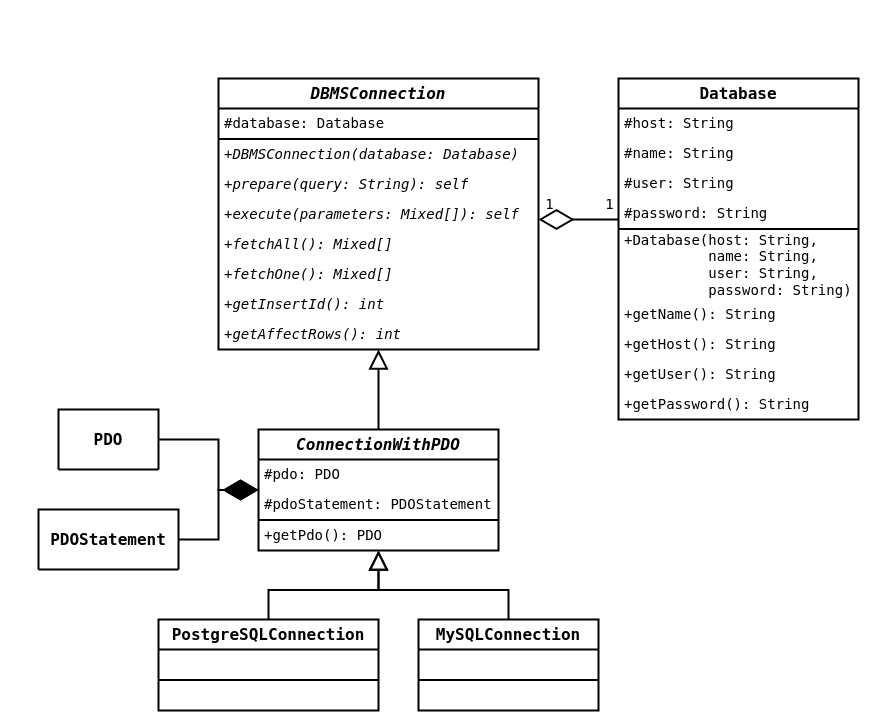
This is page "connections" (3 of 6) of docs/uml/PHPeacock.drawio from AntoineToPHPin/PHPeacock, a draw.io file, before an edit. Source tidied: cells renumbered, new cells numbered last; positions are measured from the earlier drawing's top-left corner, leaving out a move shared by most shapes. Both pictures are drawn from the tidied source at 100%, with x=0, y=0 at pixel (38, 78).
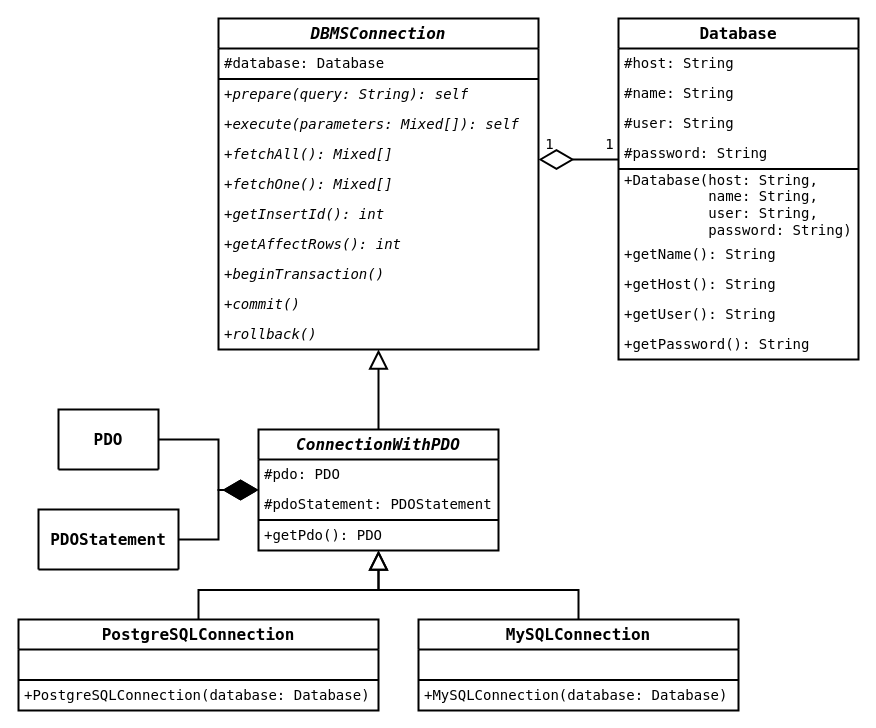
The same page after the edit.

The edit, as a diff of the source:
```diff
@@
     <mxCell id="5" style="endArrow=none;html=1;strokeWidth=2;fontFamily=Lucida Console;fontSize=14;rounded=0;startArrow=diamondThin;startFill=0;startSize=30;edgeStyle=orthogonalEdgeStyle;endSize=5;" parent="1" edge="1" source="24" target="8">
       <mxGeometry relative="1" as="geometry">
         <Array as="points">
-          <mxPoint x="540" y="141" />
-          <mxPoint x="540" y="141" />
+          <mxPoint x="540" y="81" />
+          <mxPoint x="540" y="81" />
         </Array>
       </mxGeometry>
     </mxCell>
@@
     <mxCell id="8" value="Database" style="swimlane;fontStyle=1;align=center;verticalAlign=middle;horizontal=1;startSize=30;fontSize=16;fontFamily=Lucida Console;strokeWidth=2;swimlaneLine=1;rounded=0;shadow=0;glass=0;swimlaneFillColor=none;fillColor=none;labelBackgroundColor=none;labelBorderColor=none;whiteSpace=wrap;html=1;noLabel=0;movableLabel=0;comic=0;" parent="1" vertex="1">
-      <mxGeometry x="580" width="240" height="341" as="geometry" />
+      <mxGeometry x="580" y="-60" width="240" height="341" as="geometry" />
     </mxCell>
@@
     <mxCell id="24" value="&lt;i&gt;DBMSConnection&lt;/i&gt;" style="swimlane;fontStyle=1;align=center;verticalAlign=middle;horizontal=1;startSize=30;fontSize=16;fontFamily=Lucida Console;strokeWidth=2;swimlaneLine=1;rounded=0;shadow=0;glass=0;swimlaneFillColor=none;fillColor=none;labelBackgroundColor=none;labelBorderColor=none;whiteSpace=wrap;html=1;noLabel=0;movableLabel=0;comic=0;" parent="1" vertex="1">
-      <mxGeometry x="180" width="320" height="271" as="geometry" />
+      <mxGeometry x="180" y="-60" width="320" height="331" as="geometry" />
     </mxCell>
@@
-    <mxCell id="27" value="+DBMSConnection(database: Database)" style="text;strokeColor=none;fillColor=none;align=left;verticalAlign=middle;spacingLeft=4;spacingRight=4;overflow=hidden;fontSize=14;fontFamily=Lucida Console;whiteSpace=wrap;html=1;fontStyle=2;" parent="24" vertex="1">
-      <mxGeometry y="61" width="320" height="30" as="geometry" />
-    </mxCell>
     <mxCell id="28" value="+prepare(query: String): self" style="text;strokeColor=none;fillColor=none;align=left;verticalAlign=middle;spacingLeft=4;spacingRight=4;overflow=hidden;fontSize=14;fontFamily=Lucida Console;whiteSpace=wrap;html=1;fontStyle=2;" parent="24" vertex="1">
-      <mxGeometry y="91" width="320" height="30" as="geometry" />
+      <mxGeometry y="61" width="320" height="30" as="geometry" />
     </mxCell>
     <mxCell id="29" value="+execute(parameters: Mixed[]): self" style="text;strokeColor=none;fillColor=none;align=left;verticalAlign=middle;spacingLeft=4;spacingRight=4;overflow=hidden;fontSize=14;fontFamily=Lucida Console;whiteSpace=wrap;html=1;fontStyle=2;" parent="24" vertex="1">
-      <mxGeometry y="121" width="320" height="30" as="geometry" />
+      <mxGeometry y="91" width="320" height="30" as="geometry" />
     </mxCell>
     <mxCell id="30" value="+fetchAll(): Mixed[]" style="text;strokeColor=none;fillColor=none;align=left;verticalAlign=middle;spacingLeft=4;spacingRight=4;overflow=hidden;fontSize=14;fontFamily=Lucida Console;whiteSpace=wrap;html=1;fontStyle=2;" parent="24" vertex="1">
-      <mxGeometry y="151" width="320" height="30" as="geometry" />
+      <mxGeometry y="121" width="320" height="30" as="geometry" />
     </mxCell>
     <mxCell id="31" value="+fetchOne(): Mixed[]" style="text;strokeColor=none;fillColor=none;align=left;verticalAlign=middle;spacingLeft=4;spacingRight=4;overflow=hidden;fontSize=14;fontFamily=Lucida Console;whiteSpace=wrap;html=1;fontStyle=2;" parent="24" vertex="1">
-      <mxGeometry y="181" width="320" height="30" as="geometry" />
+      <mxGeometry y="151" width="320" height="30" as="geometry" />
     </mxCell>
     <mxCell id="32" value="+getInsertId(): int" style="text;strokeColor=none;fillColor=none;align=left;verticalAlign=middle;spacingLeft=4;spacingRight=4;overflow=hidden;fontSize=14;fontFamily=Lucida Console;whiteSpace=wrap;html=1;fontStyle=2;" parent="24" vertex="1">
-      <mxGeometry y="211" width="320" height="30" as="geometry" />
+      <mxGeometry y="181" width="320" height="30" as="geometry" />
     </mxCell>
     <mxCell id="33" value="+getAffectRows(): int" style="text;strokeColor=none;fillColor=none;align=left;verticalAlign=middle;spacingLeft=4;spacingRight=4;overflow=hidden;fontSize=14;fontFamily=Lucida Console;whiteSpace=wrap;html=1;fontStyle=2;" parent="24" vertex="1">
-      <mxGeometry y="241" width="320" height="30" as="geometry" />
+      <mxGeometry y="211" width="320" height="30" as="geometry" />
     </mxCell>
+    <mxCell id="46" value="+beginTransaction()" style="text;strokeColor=none;fillColor=none;align=left;verticalAlign=middle;spacingLeft=4;spacingRight=4;overflow=hidden;fontSize=14;fontFamily=Lucida Console;whiteSpace=wrap;html=1;fontStyle=2;" parent="24" vertex="1">
+      <mxGeometry y="241" width="320" height="30" as="geometry" />
+    </mxCell>
+    <mxCell id="47" value="+commit()" style="text;strokeColor=none;fillColor=none;align=left;verticalAlign=middle;spacingLeft=4;spacingRight=4;overflow=hidden;fontSize=14;fontFamily=Lucida Console;whiteSpace=wrap;html=1;fontStyle=2;" parent="24" vertex="1">
+      <mxGeometry y="271" width="320" height="30" as="geometry" />
+    </mxCell>
+    <mxCell id="48" value="+rollback()" style="text;strokeColor=none;fillColor=none;align=left;verticalAlign=middle;spacingLeft=4;spacingRight=4;overflow=hidden;fontSize=14;fontFamily=Lucida Console;whiteSpace=wrap;html=1;fontStyle=2;" parent="24" vertex="1">
+      <mxGeometry y="301" width="320" height="30" as="geometry" />
+    </mxCell>
     <mxCell id="34" value="MySQLConnection" style="swimlane;fontStyle=1;align=center;verticalAlign=middle;horizontal=1;startSize=30;fontSize=16;fontFamily=Lucida Console;strokeWidth=2;swimlaneLine=1;rounded=0;shadow=0;glass=0;swimlaneFillColor=none;fillColor=none;labelBackgroundColor=none;labelBorderColor=none;whiteSpace=wrap;html=1;noLabel=0;movableLabel=0;comic=0;" parent="1" vertex="1">
-      <mxGeometry x="380" y="541" width="180" height="91" as="geometry" />
+      <mxGeometry x="380" y="541" width="320" height="91" as="geometry" />
     </mxCell>
     <mxCell id="35" value="&amp;nbsp;" style="text;strokeColor=none;fillColor=none;align=left;verticalAlign=middle;spacingLeft=4;spacingRight=4;overflow=hidden;fontSize=14;fontFamily=Lucida Console;whiteSpace=wrap;html=1;" parent="34" vertex="1">
-      <mxGeometry y="30" width="180" height="30" as="geometry" />
+      <mxGeometry y="30" width="320" height="30" as="geometry" />
     </mxCell>
     <mxCell id="36" style="line;strokeWidth=2;fillColor=none;align=left;verticalAlign=middle;spacingTop=-1;spacingLeft=3;spacingRight=3;labelPosition=right;fontSize=11;html=1;" parent="34" vertex="1">
-      <mxGeometry y="60" width="180" height="1" as="geometry" />
+      <mxGeometry y="60" width="320" height="1" as="geometry" />
     </mxCell>
-    <mxCell id="37" value="&amp;nbsp;" style="text;strokeColor=none;fillColor=none;align=left;verticalAlign=middle;spacingLeft=4;spacingRight=4;overflow=hidden;fontSize=14;fontFamily=Lucida Console;whiteSpace=wrap;html=1;" parent="34" vertex="1">
-      <mxGeometry y="61" width="180" height="30" as="geometry" />
+    <mxCell id="37" value="+MySQLConnection(database: Database)" style="text;strokeColor=none;fillColor=none;align=left;verticalAlign=middle;spacingLeft=4;spacingRight=4;overflow=hidden;fontSize=14;fontFamily=Lucida Console;whiteSpace=wrap;html=1;" parent="34" vertex="1">
+      <mxGeometry y="61" width="320" height="30" as="geometry" />
     </mxCell>
     <mxCell id="38" value="PostgreSQLConnection" style="swimlane;fontStyle=1;align=center;verticalAlign=middle;horizontal=1;startSize=30;fontSize=16;fontFamily=Lucida Console;strokeWidth=2;swimlaneLine=1;rounded=0;shadow=0;glass=0;swimlaneFillColor=none;fillColor=none;labelBackgroundColor=none;labelBorderColor=none;whiteSpace=wrap;html=1;noLabel=0;movableLabel=0;comic=0;" parent="1" vertex="1">
-      <mxGeometry x="120" y="541" width="220" height="91" as="geometry" />
+      <mxGeometry x="-20" y="541" width="360" height="91" as="geometry" />
     </mxCell>
     <mxCell id="39" value="&amp;nbsp;" style="text;strokeColor=none;fillColor=none;align=left;verticalAlign=middle;spacingLeft=4;spacingRight=4;overflow=hidden;fontSize=14;fontFamily=Lucida Console;whiteSpace=wrap;html=1;" parent="38" vertex="1">
-      <mxGeometry y="30" width="220" height="30" as="geometry" />
+      <mxGeometry y="30" width="360" height="30" as="geometry" />
     </mxCell>
     <mxCell id="40" style="line;strokeWidth=2;fillColor=none;align=left;verticalAlign=middle;spacingTop=-1;spacingLeft=3;spacingRight=3;labelPosition=right;fontSize=11;html=1;" parent="38" vertex="1">
-      <mxGeometry y="60" width="220" height="1" as="geometry" />
+      <mxGeometry y="60" width="360" height="1" as="geometry" />
     </mxCell>
-    <mxCell id="41" value="&amp;nbsp;" style="text;strokeColor=none;fillColor=none;align=left;verticalAlign=middle;spacingLeft=4;spacingRight=4;overflow=hidden;fontSize=14;fontFamily=Lucida Console;whiteSpace=wrap;html=1;" parent="38" vertex="1">
-      <mxGeometry y="61" width="220" height="30" as="geometry" />
+    <mxCell id="41" value="+PostgreSQLConnection(database: Database)" style="text;strokeColor=none;fillColor=none;align=left;verticalAlign=middle;spacingLeft=4;spacingRight=4;overflow=hidden;fontSize=14;fontFamily=Lucida Console;whiteSpace=wrap;html=1;" parent="38" vertex="1">
+      <mxGeometry y="61" width="360" height="30" as="geometry" />
     </mxCell>
```
